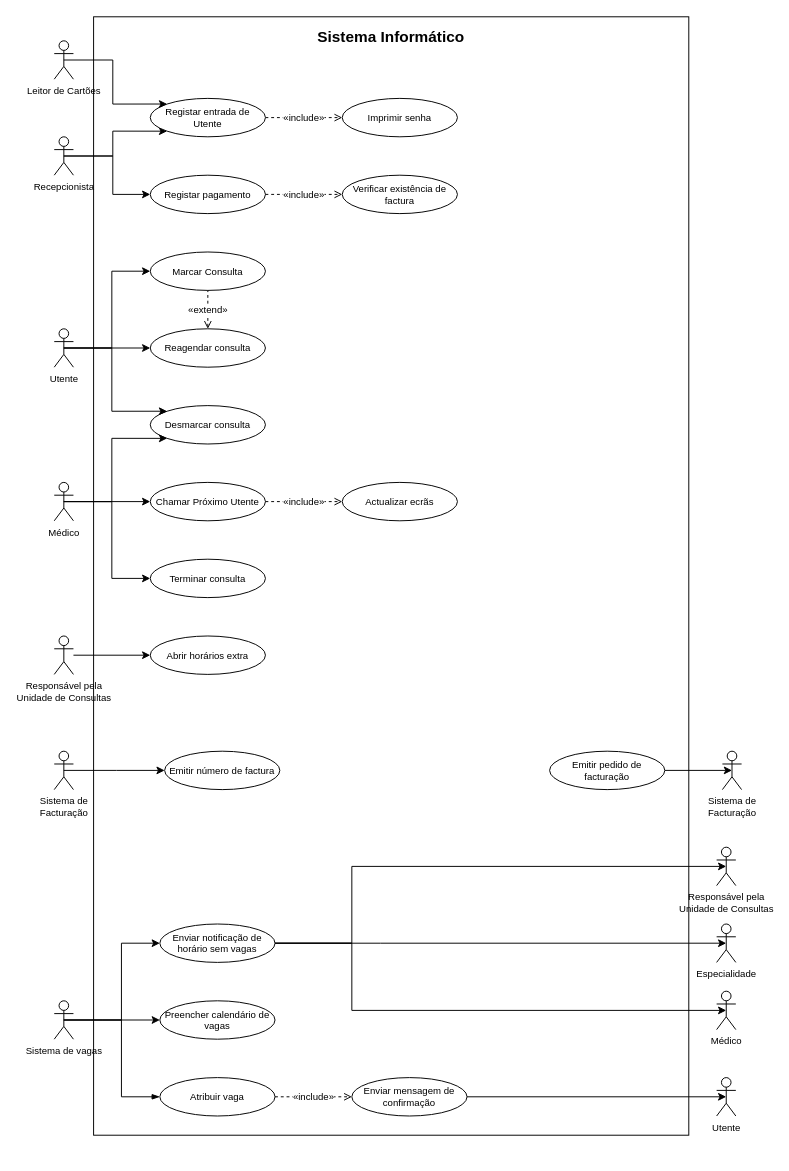
This is page "Geral" (2 of 7) of 1. Diagramas de Use Cases.drawio from carlan92/Hospital_Management_System, a draw.io file, before an edit. Source tidied: cells renumbered, new cells numbered last; positions are measured from the earlier drawing's top-left corner, leaving out a move shared by most shapes. Both pictures are drawn from the tidied source at 96%, with x=0, y=0 at pixel (54, 16).
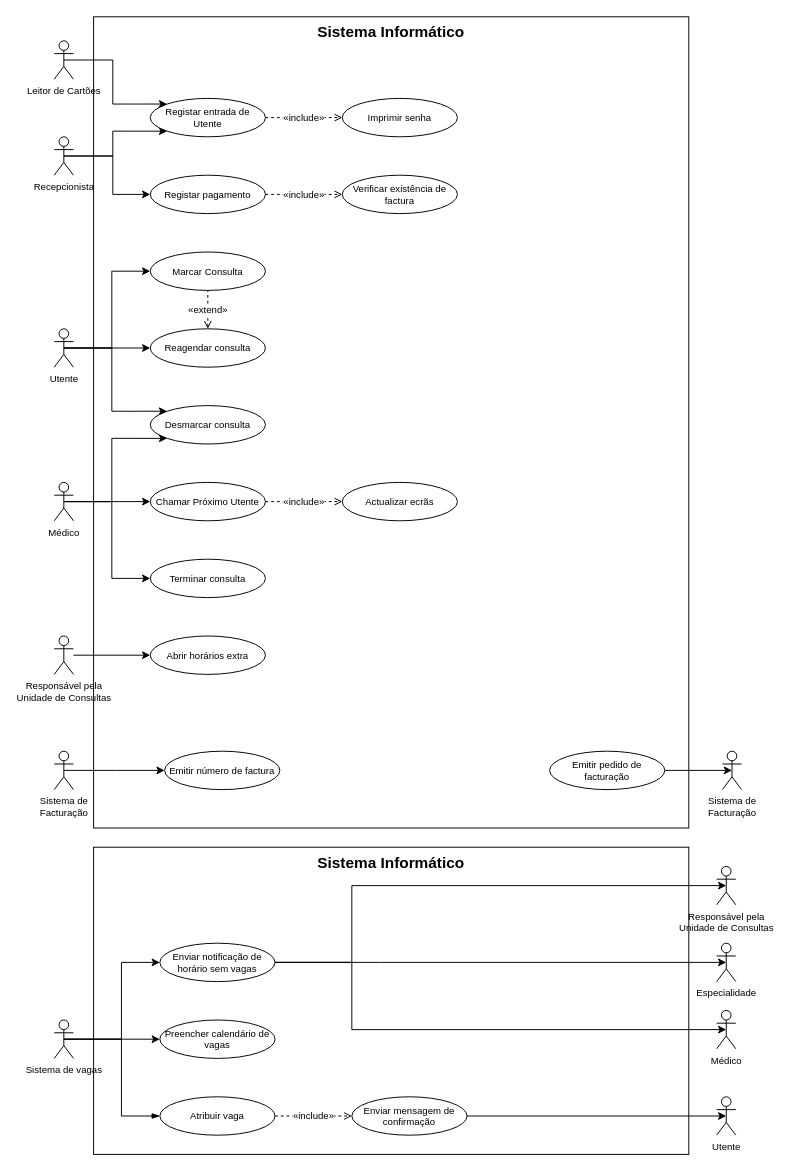
The same page after the edit.

Change to the diagram source:
```diff
@@
     <mxCell id="2" style="rounded=0;whiteSpace=wrap;html=1;fillColor=none;" parent="1" vertex="1">
-      <mxGeometry x="41" width="620" height="1165" as="geometry" />
+      <mxGeometry x="41" width="620" height="845" as="geometry" />
     </mxCell>
@@
     <mxCell id="11" value="Responsável pela&lt;br style=&quot;font-size: 10px;&quot;&gt;Unidade de Consultas" style="shape=umlActor;verticalLabelPosition=bottom;verticalAlign=top;html=1;outlineConnect=0;fontSize=10;" parent="1" vertex="1">
-      <mxGeometry x="690" y="865" width="20" height="40" as="geometry" />
+      <mxGeometry x="690" y="885" width="20" height="40" as="geometry" />
     </mxCell>
     <mxCell id="12" style="edgeStyle=orthogonalEdgeStyle;rounded=0;jettySize=auto;html=1;entryX=0;entryY=0.5;entryDx=0;entryDy=0;fontSize=10;" parent="1" edge="1" target="52">
       <mxGeometry relative="1" as="geometry">
-        <mxPoint x="10" y="1045" as="sourcePoint" />
+        <mxPoint x="10" y="1065" as="sourcePoint" />
         <Array as="points">
-          <mxPoint x="50" y="1045" />
-          <mxPoint x="50" y="1045" />
+          <mxPoint x="50" y="1065" />
+          <mxPoint x="50" y="1065" />
         </Array>
       </mxGeometry>
     </mxCell>
     <mxCell id="13" style="edgeStyle=orthogonalEdgeStyle;rounded=0;jettySize=auto;html=1;entryX=0;entryY=0.5;entryDx=0;entryDy=0;fontSize=10;" parent="1" edge="1" target="17">
       <mxGeometry relative="1" as="geometry">
-        <mxPoint x="10" y="1045" as="sourcePoint" />
+        <mxPoint x="10" y="1065" as="sourcePoint" />
         <Array as="points">
-          <mxPoint x="70" y="1045" />
-          <mxPoint x="70" y="965" />
+          <mxPoint x="70" y="1065" />
+          <mxPoint x="70" y="985" />
         </Array>
       </mxGeometry>
     </mxCell>
     <mxCell id="14" value="Sistema de vagas" style="shape=umlActor;verticalLabelPosition=bottom;verticalAlign=top;html=1;outlineConnect=0;fontSize=10;" parent="1" vertex="1">
-      <mxGeometry y="1025" width="20" height="40" as="geometry" />
+      <mxGeometry y="1045" width="20" height="40" as="geometry" />
     </mxCell>
     <mxCell id="15" style="edgeStyle=orthogonalEdgeStyle;rounded=0;jettySize=auto;html=1;fontSize=10;entryX=0.5;entryY=0.5;entryDx=0;entryDy=0;entryPerimeter=0;" parent="1" edge="1" source="17" target="20">
       <mxGeometry relative="1" as="geometry">
         <Array as="points">
-          <mxPoint x="340" y="965" />
-          <mxPoint x="340" y="965" />
+          <mxPoint x="340" y="985" />
+          <mxPoint x="340" y="985" />
         </Array>
       </mxGeometry>
     </mxCell>
     <mxCell id="16" style="edgeStyle=orthogonalEdgeStyle;rounded=0;jettySize=auto;html=1;fontSize=10;entryX=0.5;entryY=0.5;entryDx=0;entryDy=0;entryPerimeter=0;" parent="1" edge="1" source="17" target="19">
       <mxGeometry relative="1" as="geometry">
         <Array as="points">
-          <mxPoint x="310" y="965" />
-          <mxPoint x="310" y="1035" />
+          <mxPoint x="310" y="985" />
+          <mxPoint x="310" y="1055" />
         </Array>
       </mxGeometry>
     </mxCell>
     <mxCell id="17" value="Enviar notificação de horário sem vagas" style="ellipse;whiteSpace=wrap;html=1;fontSize=10;" parent="1" vertex="1">
-      <mxGeometry x="110" y="945" width="120" height="40" as="geometry" />
+      <mxGeometry x="110" y="965" width="120" height="40" as="geometry" />
     </mxCell>
@@
     <mxCell id="19" value="Médico" style="shape=umlActor;verticalLabelPosition=bottom;verticalAlign=top;html=1;outlineConnect=0;fontSize=10;" parent="1" vertex="1">
-      <mxGeometry x="690" y="1015" width="20" height="40" as="geometry" />
+      <mxGeometry x="690" y="1035" width="20" height="40" as="geometry" />
     </mxCell>
     <mxCell id="20" value="Especialidade" style="shape=umlActor;verticalLabelPosition=bottom;verticalAlign=top;html=1;outlineConnect=0;fontSize=10;" parent="1" vertex="1">
-      <mxGeometry x="690" y="945" width="20" height="40" as="geometry" />
+      <mxGeometry x="690" y="965" width="20" height="40" as="geometry" />
     </mxCell>
@@
     <mxCell id="23" style="edgeStyle=orthogonalEdgeStyle;rounded=0;jettySize=auto;html=1;startArrow=none;startFill=0;startSize=6;endArrow=blockThin;endFill=1;endSize=6;entryX=0;entryY=0.5;entryDx=0;entryDy=0;fontSize=10;exitX=0.5;exitY=0.5;exitDx=0;exitDy=0;exitPerimeter=0;" parent="1" edge="1" source="14" target="53">
       <mxGeometry relative="1" as="geometry">
         <Array as="points">
-          <mxPoint x="70" y="1045" />
-          <mxPoint x="70" y="1125" />
+          <mxPoint x="70" y="1065" />
+          <mxPoint x="70" y="1145" />
         </Array>
       </mxGeometry>
     </mxCell>
     <mxCell id="24" style="edgeStyle=orthogonalEdgeStyle;rounded=0;jettySize=auto;html=1;exitX=1;exitY=0.5;exitDx=0;exitDy=0;fontSize=10;entryX=0.5;entryY=0.5;entryDx=0;entryDy=0;entryPerimeter=0;" parent="1" edge="1" source="17" target="11">
       <mxGeometry relative="1" as="geometry">
         <Array as="points">
-          <mxPoint x="230" y="965" />
-          <mxPoint x="310" y="965" />
-          <mxPoint x="310" y="885" />
+          <mxPoint x="230" y="985" />
+          <mxPoint x="310" y="985" />
+          <mxPoint x="310" y="905" />
         </Array>
       </mxGeometry>
     </mxCell>
     <mxCell id="25" value="Utente" style="shape=umlActor;verticalLabelPosition=bottom;verticalAlign=top;html=1;fontSize=10;" parent="1" vertex="1">
-      <mxGeometry x="690" y="1105" width="20" height="40" as="geometry" />
+      <mxGeometry x="690" y="1125" width="20" height="40" as="geometry" />
     </mxCell>
@@
     <mxCell id="32" value="Sistema Informático" style="text;html=1;strokeColor=none;fillColor=none;align=center;verticalAlign=middle;whiteSpace=wrap;rounded=0;fontSize=16;fontStyle=1;" parent="1" vertex="1">
-      <mxGeometry x="41" y="5" width="620" height="31.7" as="geometry" />
+      <mxGeometry x="41" width="620" height="31.7" as="geometry" />
     </mxCell>
@@
     <mxCell id="52" value="Preencher calendário de vagas" style="ellipse;whiteSpace=wrap;html=1;fontSize=10;" parent="1" vertex="1">
-      <mxGeometry x="110" y="1025" width="120" height="40" as="geometry" />
+      <mxGeometry x="110" y="1045" width="120" height="40" as="geometry" />
     </mxCell>
     <mxCell id="53" value="Atribuir vaga" style="ellipse;whiteSpace=wrap;html=1;fontSize=10;" parent="1" vertex="1">
-      <mxGeometry x="110" y="1105" width="120" height="40" as="geometry" />
+      <mxGeometry x="110" y="1125" width="120" height="40" as="geometry" />
     </mxCell>
@@
     <mxCell id="55" value="Enviar mensagem de confirmação" style="ellipse;whiteSpace=wrap;html=1;fontSize=10;" parent="1" vertex="1">
-      <mxGeometry x="310" y="1105" width="120" height="40" as="geometry" />
+      <mxGeometry x="310" y="1125" width="120" height="40" as="geometry" />
     </mxCell>
     <mxCell id="56" style="edgeStyle=orthogonalEdgeStyle;rounded=0;orthogonalLoop=1;jettySize=auto;html=1;exitX=1;exitY=0.5;exitDx=0;exitDy=0;startArrow=none;startFill=0;endArrow=classic;endFill=1;fontSize=10;entryX=0.5;entryY=0.5;entryDx=0;entryDy=0;entryPerimeter=0;" parent="1" edge="1">
       <mxGeometry relative="1" as="geometry">
-        <mxPoint x="430" y="1125" as="sourcePoint" />
-        <mxPoint x="700" y="1125" as="targetPoint" />
+        <mxPoint x="430" y="1145" as="sourcePoint" />
+        <mxPoint x="700" y="1145" as="targetPoint" />
       </mxGeometry>
     </mxCell>
+    <mxCell id="57" style="rounded=0;whiteSpace=wrap;html=1;fillColor=none;" parent="1" vertex="1">
+      <mxGeometry x="41" y="865" width="620" height="320" as="geometry" />
+    </mxCell>
+    <mxCell id="58" value="Sistema Informático" style="text;html=1;strokeColor=none;fillColor=none;align=center;verticalAlign=middle;whiteSpace=wrap;rounded=0;fontSize=16;fontStyle=1;" parent="1" vertex="1">
+      <mxGeometry x="41" y="865" width="620" height="31.7" as="geometry" />
+    </mxCell>
```
